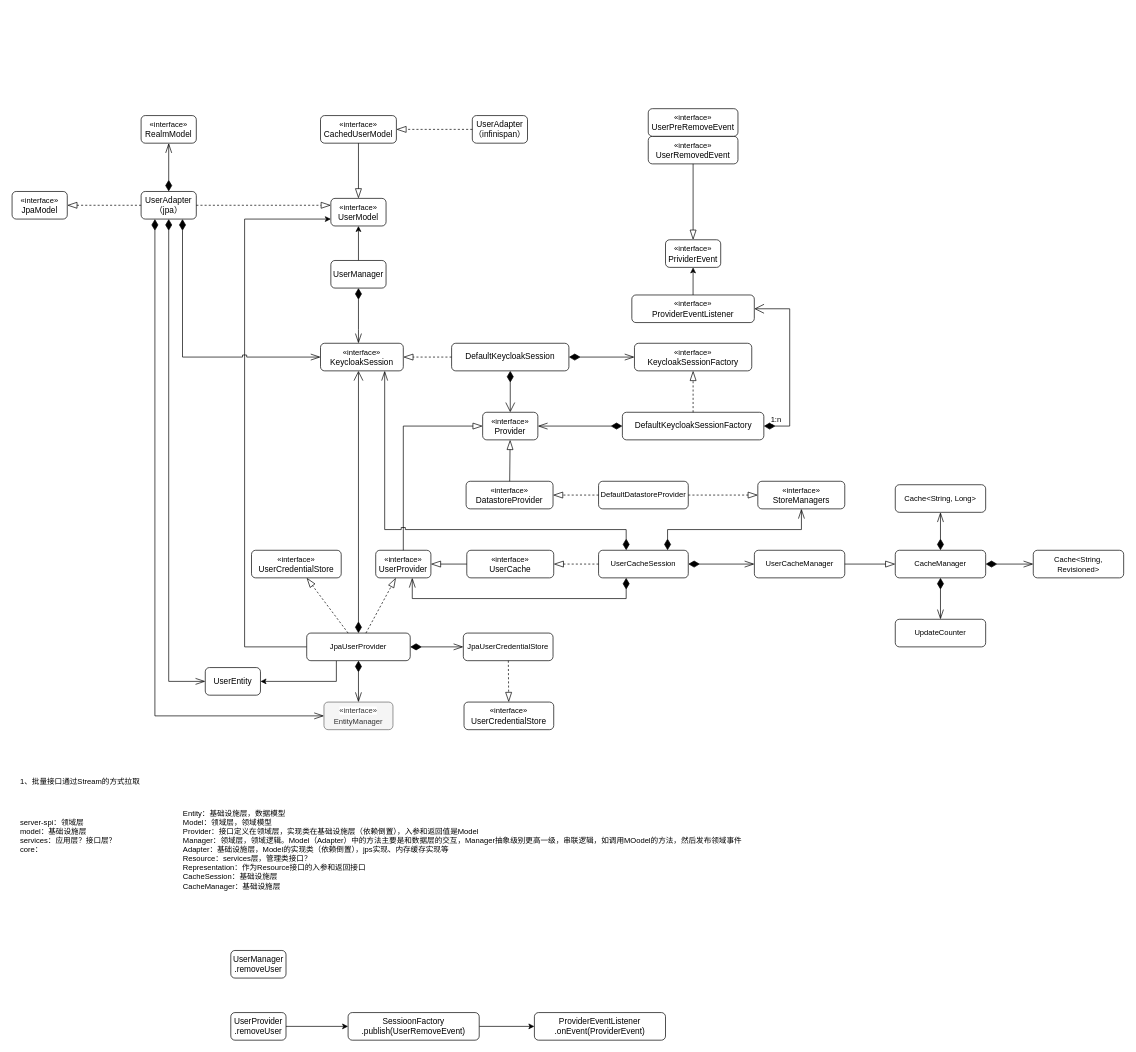
This is kecloak.drawio from yamilinqh/spicedb, a draw.io file, before an edit. Source tidied: cells renumbered, new cells numbered last; positions are measured from the earlier drawing's top-left corner, leaving out a move shared by most shapes. Both pictures are drawn from the tidied source at 69%, with x=0, y=0 at pixel (12, 108).
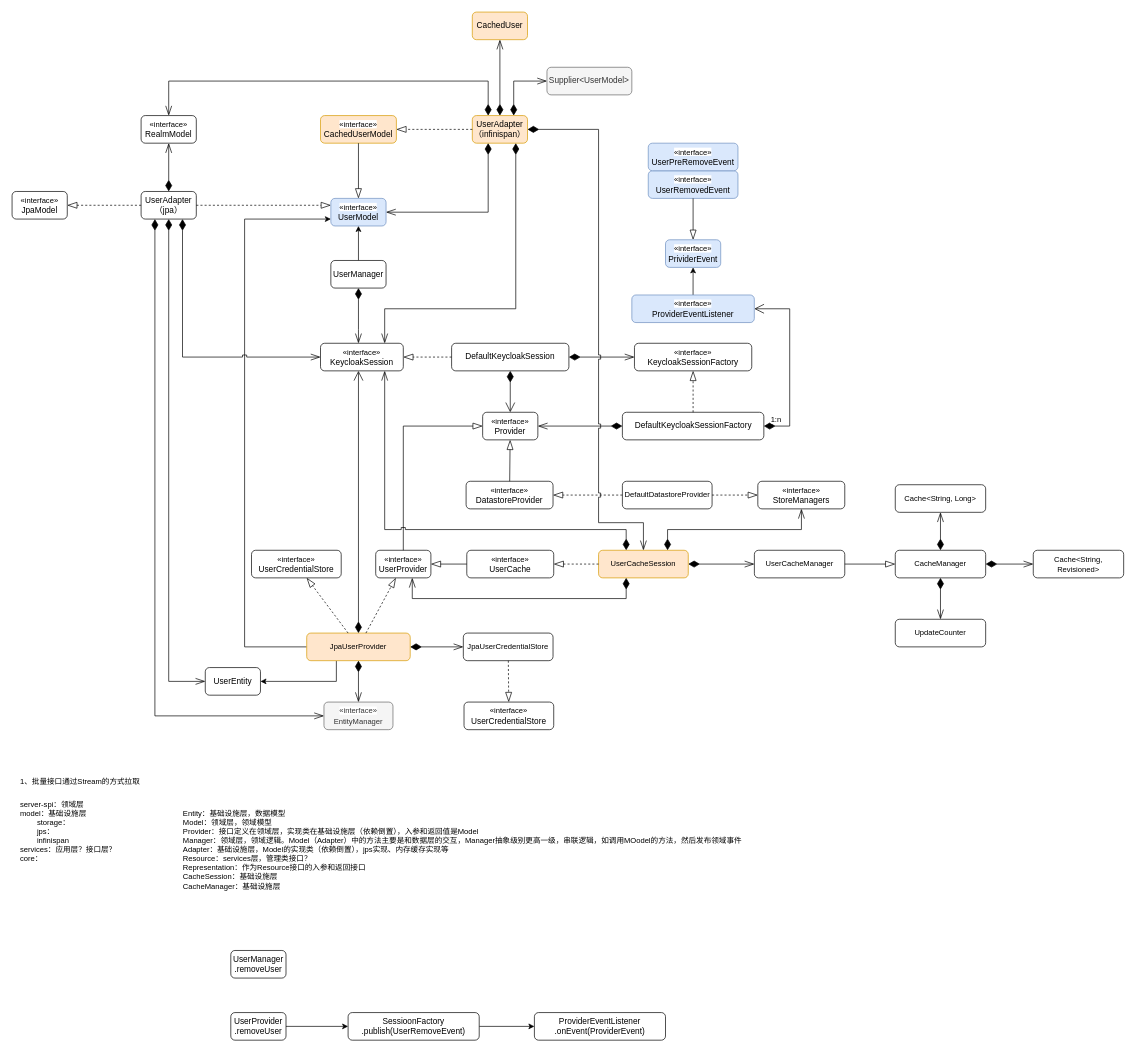
After the change.

Unchanged cells that the change refers to:
```xml
<mxCell id="15" value="&lt;span style=&quot;font-size: 11px; background-color: rgb(255, 255, 255);&quot;&gt;«interface»&lt;/span&gt;&lt;br&gt;KeycloakSession" style="rounded=1;whiteSpace=wrap;html=1;" parent="1" vertex="1">
  <mxGeometry x="447" y="340" width="120" height="40" as="geometry" />
</mxCell>
<mxCell id="59" value="&lt;span style=&quot;font-size: 11px; background-color: rgb(255, 255, 255);&quot;&gt;«interface»&lt;/span&gt;&lt;br&gt;RealmModel" style="rounded=1;whiteSpace=wrap;html=1;" parent="1" vertex="1">
  <mxGeometry x="187" y="10" width="80" height="40" as="geometry" />
</mxCell>
```

What changed in the source:
```diff
@@
-    <mxCell id="2" value="&lt;span style=&quot;font-size: 11px; background-color: rgb(255, 255, 255);&quot;&gt;«interface»&lt;/span&gt;&lt;br&gt;UserModel" style="rounded=1;whiteSpace=wrap;html=1;" parent="1" vertex="1">
+    <mxCell id="2" value="&lt;span style=&quot;font-size: 11px; background-color: rgb(255, 255, 255);&quot;&gt;«interface»&lt;/span&gt;&lt;br&gt;UserModel" style="rounded=1;whiteSpace=wrap;html=1;fillColor=#dae8fc;strokeColor=#6c8ebf;" parent="1" vertex="1">
       <mxGeometry x="462" y="130" width="80" height="40" as="geometry" />
     </mxCell>
-    <mxCell id="3" value="&lt;span style=&quot;font-size: 11px; background-color: rgb(255, 255, 255);&quot;&gt;«interface»&lt;/span&gt;&lt;br&gt;UserRemovedEvent" style="rounded=1;whiteSpace=wrap;html=1;" parent="1" vertex="1">
-      <mxGeometry x="922" y="40" width="130" height="40" as="geometry" />
+    <mxCell id="3" value="&lt;span style=&quot;font-size: 11px; background-color: rgb(255, 255, 255);&quot;&gt;«interface»&lt;/span&gt;&lt;br&gt;UserRemovedEvent" style="rounded=1;whiteSpace=wrap;html=1;fillColor=#dae8fc;strokeColor=#6c8ebf;" parent="1" vertex="1">
+      <mxGeometry x="922" y="90" width="130" height="40" as="geometry" />
     </mxCell>
-    <mxCell id="4" value="&lt;span style=&quot;font-size: 11px; background-color: rgb(255, 255, 255);&quot;&gt;«interface»&lt;/span&gt;&lt;br&gt;PrividerEvent" style="rounded=1;whiteSpace=wrap;html=1;" parent="1" vertex="1">
+    <mxCell id="4" value="&lt;span style=&quot;font-size: 11px; background-color: rgb(255, 255, 255);&quot;&gt;«interface»&lt;/span&gt;&lt;br&gt;PrividerEvent" style="rounded=1;whiteSpace=wrap;html=1;fillColor=#dae8fc;strokeColor=#6c8ebf;" parent="1" vertex="1">
       <mxGeometry x="947" y="190" width="80" height="40" as="geometry" />
     </mxCell>
@@
-    <mxCell id="6" value="&lt;span style=&quot;font-size: 11px; background-color: rgb(255, 255, 255);&quot;&gt;«interface»&lt;/span&gt;&lt;br&gt;UserPreRemoveEvent" style="rounded=1;whiteSpace=wrap;html=1;" parent="1" vertex="1">
-      <mxGeometry x="922" width="130" height="40" as="geometry" />
+    <mxCell id="6" value="&lt;span style=&quot;font-size: 11px; background-color: rgb(255, 255, 255);&quot;&gt;«interface»&lt;/span&gt;&lt;br&gt;UserPreRemoveEvent" style="rounded=1;whiteSpace=wrap;html=1;fillColor=#dae8fc;strokeColor=#6c8ebf;" parent="1" vertex="1">
+      <mxGeometry x="922" y="50" width="130" height="40" as="geometry" />
     </mxCell>
@@
-    <mxCell id="20" value="&lt;span style=&quot;font-size: 11px; background-color: rgb(255, 255, 255);&quot;&gt;«interface»&lt;/span&gt;&lt;br&gt;ProviderEventListener" style="rounded=1;whiteSpace=wrap;html=1;" parent="1" vertex="1">
+    <mxCell id="20" value="&lt;span style=&quot;font-size: 11px; background-color: rgb(255, 255, 255);&quot;&gt;«interface»&lt;/span&gt;&lt;br&gt;ProviderEventListener" style="rounded=1;whiteSpace=wrap;html=1;fillColor=#dae8fc;strokeColor=#6c8ebf;" parent="1" vertex="1">
       <mxGeometry x="898.2" y="270" width="177.5" height="40" as="geometry" />
     </mxCell>
@@
     <mxCell id="34" value="&lt;span style=&quot;font-size: 11px;&quot;&gt;DefaultDatastoreProvider&lt;/span&gt;" style="rounded=1;whiteSpace=wrap;html=1;" parent="1" vertex="1">
-      <mxGeometry x="850" y="540" width="130" height="40" as="geometry" />
+      <mxGeometry x="884.5" y="540" width="130" height="40" as="geometry" />
     </mxCell>
@@
-    <mxCell id="40" value="&lt;span style=&quot;font-size: 11px;&quot;&gt;JpaUserProvider&lt;/span&gt;" style="rounded=1;whiteSpace=wrap;html=1;" parent="1" vertex="1">
+    <mxCell id="40" value="&lt;span style=&quot;font-size: 11px;&quot;&gt;JpaUserProvider&lt;/span&gt;" style="rounded=1;whiteSpace=wrap;html=1;fillColor=#ffe6cc;strokeColor=#d79b00;" parent="1" vertex="1">
       <mxGeometry x="427" y="760" width="150" height="40" as="geometry" />
     </mxCell>
@@
-    <mxCell id="62" value="&lt;span style=&quot;font-size: 11px; background-color: rgb(255, 255, 255);&quot;&gt;«interface»&lt;/span&gt;&lt;br&gt;CachedUserModel" style="rounded=1;whiteSpace=wrap;html=1;" parent="1" vertex="1">
+    <mxCell id="62" value="&lt;span style=&quot;font-size: 11px; background-color: rgb(255, 255, 255);&quot;&gt;«interface»&lt;/span&gt;&lt;br&gt;CachedUserModel" style="rounded=1;whiteSpace=wrap;html=1;fillColor=#ffe6cc;strokeColor=#d79b00;" parent="1" vertex="1">
       <mxGeometry x="447" y="10" width="110" height="40" as="geometry" />
     </mxCell>
-    <mxCell id="63" value="UserAdapter&lt;br&gt;（infinispan）" style="rounded=1;whiteSpace=wrap;html=1;" parent="1" vertex="1">
+    <mxCell id="63" value="UserAdapter&lt;br&gt;（infinispan）" style="rounded=1;whiteSpace=wrap;html=1;fillColor=#ffe6cc;strokeColor=#d79b00;" parent="1" vertex="1">
       <mxGeometry x="667" y="10" width="80" height="40" as="geometry" />
     </mxCell>
@@
-    <mxCell id="66" value="server-spi：领域层&lt;br&gt;model：基础设施层&lt;br&gt;services：应用层？接口层？&lt;br&gt;core：" style="text;html=1;align=left;verticalAlign=middle;strokeColor=none;fillColor=none;fontFamily=Helvetica;fontSize=11;fontColor=default;labelBackgroundColor=default;" parent="1" vertex="1">
-      <mxGeometry x="10" y="1019" width="160" height="70" as="geometry" />
+    <mxCell id="66" value="server-spi：领域层&lt;br&gt;model：基础设施层&lt;br&gt;&lt;span style=&quot;white-space: pre;&quot;&gt;&#9;&lt;/span&gt;storage：&lt;div&gt;&lt;span style=&quot;white-space: pre;&quot;&gt;&#9;&lt;/span&gt;jps：&lt;br&gt;&lt;span style=&quot;white-space: pre;&quot;&gt;&#9;&lt;/span&gt;infinispan&lt;br&gt;services：应用层？接口层？&lt;br&gt;core：&lt;div&gt;&lt;br&gt;&lt;/div&gt;&lt;/div&gt;" style="text;html=1;align=left;verticalAlign=middle;strokeColor=none;fillColor=none;fontFamily=Helvetica;fontSize=11;fontColor=default;labelBackgroundColor=default;" parent="1" vertex="1">
+      <mxGeometry x="10" y="994" width="160" height="120" as="geometry" />
     </mxCell>
@@
-    <mxCell id="70" value="&lt;span style=&quot;font-size: 11px;&quot;&gt;UserCacheSession&lt;/span&gt;" style="rounded=1;whiteSpace=wrap;html=1;" parent="1" vertex="1">
+    <mxCell id="70" value="&lt;span style=&quot;font-size: 11px;&quot;&gt;UserCacheSession&lt;/span&gt;" style="rounded=1;whiteSpace=wrap;html=1;fillColor=#ffe6cc;strokeColor=#d79b00;" parent="1" vertex="1">
       <mxGeometry x="850" y="640" width="130" height="40" as="geometry" />
     </mxCell>
@@
+    <mxCell id="85" value="CachedUser" style="rounded=1;whiteSpace=wrap;html=1;fillColor=#ffe6cc;strokeColor=#d79b00;" parent="1" vertex="1">
+      <mxGeometry x="667" y="-140" width="80" height="40" as="geometry" />
+    </mxCell>
+    <mxCell id="86" style="endArrow=openThin;html=1;endSize=12;startArrow=diamondThin;startSize=14;startFill=1;edgeStyle=orthogonalEdgeStyle;align=left;verticalAlign=bottom;rounded=0;strokeColor=default;fontFamily=Helvetica;fontSize=11;fontColor=default;labelBackgroundColor=default;endFill=0;" parent="1" edge="1" source="63" target="85">
+      <mxGeometry x="-1" y="3" relative="1" as="geometry" />
+    </mxCell>
+    <mxCell id="87" value="Supplier&amp;lt;UserModel&amp;gt;" style="rounded=1;whiteSpace=wrap;html=1;fillColor=#f5f5f5;fontColor=#333333;strokeColor=#666666;" parent="1" vertex="1">
+      <mxGeometry x="775.2" y="-60" width="123" height="40" as="geometry" />
+    </mxCell>
+    <mxCell id="88" style="endArrow=openThin;html=1;endSize=12;startArrow=diamondThin;startSize=14;startFill=1;edgeStyle=orthogonalEdgeStyle;align=left;verticalAlign=bottom;rounded=0;strokeColor=default;fontFamily=Helvetica;fontSize=11;fontColor=default;labelBackgroundColor=default;endFill=0;" parent="1" edge="1" source="63" target="15">
+      <mxGeometry x="-1" y="3" relative="1" as="geometry">
+        <Array as="points">
+          <mxPoint x="730" y="290" />
+          <mxPoint x="540" y="290" />
+        </Array>
+      </mxGeometry>
+    </mxCell>
+    <mxCell id="89" style="endArrow=openThin;html=1;endSize=12;startArrow=diamondThin;startSize=14;startFill=1;edgeStyle=orthogonalEdgeStyle;align=left;verticalAlign=bottom;rounded=0;strokeColor=default;fontFamily=Helvetica;fontSize=11;fontColor=default;labelBackgroundColor=default;endFill=0;jumpStyle=sharp;" parent="1" edge="1" source="63" target="70">
+      <mxGeometry x="-1" y="3" relative="1" as="geometry">
+        <Array as="points">
+          <mxPoint x="850" y="30" />
+          <mxPoint x="850" y="600" />
+          <mxPoint x="915" y="600" />
+        </Array>
+      </mxGeometry>
+    </mxCell>
+    <mxCell id="90" style="endArrow=openThin;html=1;endSize=12;startArrow=diamondThin;startSize=14;startFill=1;edgeStyle=orthogonalEdgeStyle;align=left;verticalAlign=bottom;rounded=0;strokeColor=default;fontFamily=Helvetica;fontSize=11;fontColor=default;labelBackgroundColor=default;endFill=0;" parent="1" edge="1" source="63" target="2">
+      <mxGeometry x="-1" y="3" relative="1" as="geometry">
+        <Array as="points">
+          <mxPoint x="690" y="150" />
+        </Array>
+      </mxGeometry>
+    </mxCell>
+    <mxCell id="91" style="endArrow=openThin;html=1;endSize=12;startArrow=diamondThin;startSize=14;startFill=1;edgeStyle=orthogonalEdgeStyle;align=left;verticalAlign=bottom;rounded=0;strokeColor=default;fontFamily=Helvetica;fontSize=11;fontColor=default;labelBackgroundColor=default;endFill=0;" parent="1" edge="1" source="63" target="59">
+      <mxGeometry x="-1" y="3" relative="1" as="geometry">
+        <Array as="points">
+          <mxPoint x="690" y="-40" />
+          <mxPoint x="227" y="-40" />
+        </Array>
+      </mxGeometry>
+    </mxCell>
+    <mxCell id="92" style="endArrow=openThin;html=1;endSize=12;startArrow=diamondThin;startSize=14;startFill=1;edgeStyle=orthogonalEdgeStyle;align=left;verticalAlign=bottom;rounded=0;strokeColor=default;fontFamily=Helvetica;fontSize=11;fontColor=default;labelBackgroundColor=default;endFill=0;exitX=0.75;exitY=0;exitDx=0;exitDy=0;" parent="1" edge="1" source="63" target="87">
+      <mxGeometry x="-1" y="3" relative="1" as="geometry">
+        <Array as="points">
+          <mxPoint x="727" y="-40" />
+        </Array>
+      </mxGeometry>
+    </mxCell>
```
